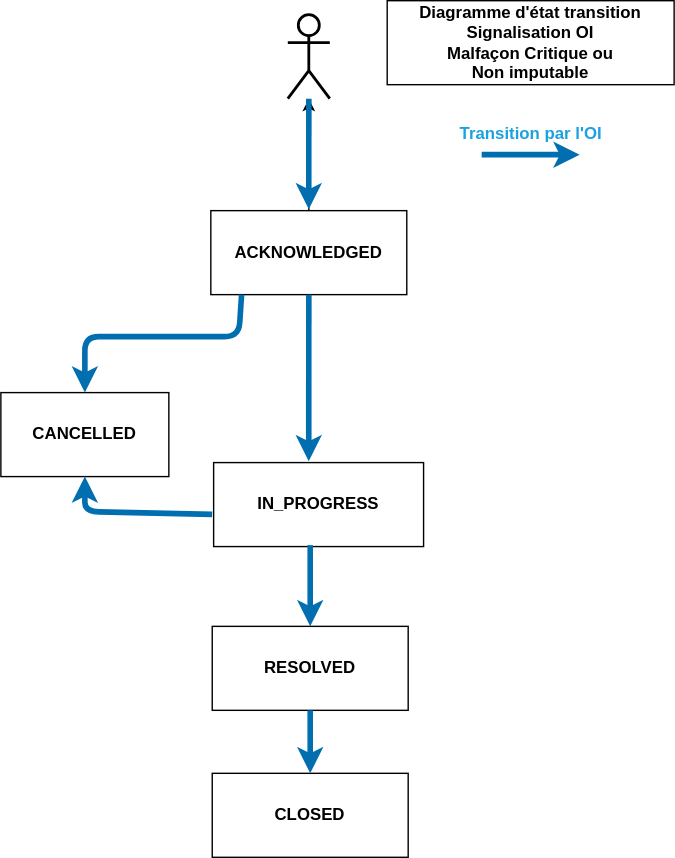
before-interop/malfacon keeps this draw.io diagram as statusOiOcNonImputCrit.drawio.svg. Above is the earlier version. Source tidied: cells renumbered, new cells last; positions are measured from the earlier drawing's top-left corner, leaving out a move shared by most shapes.
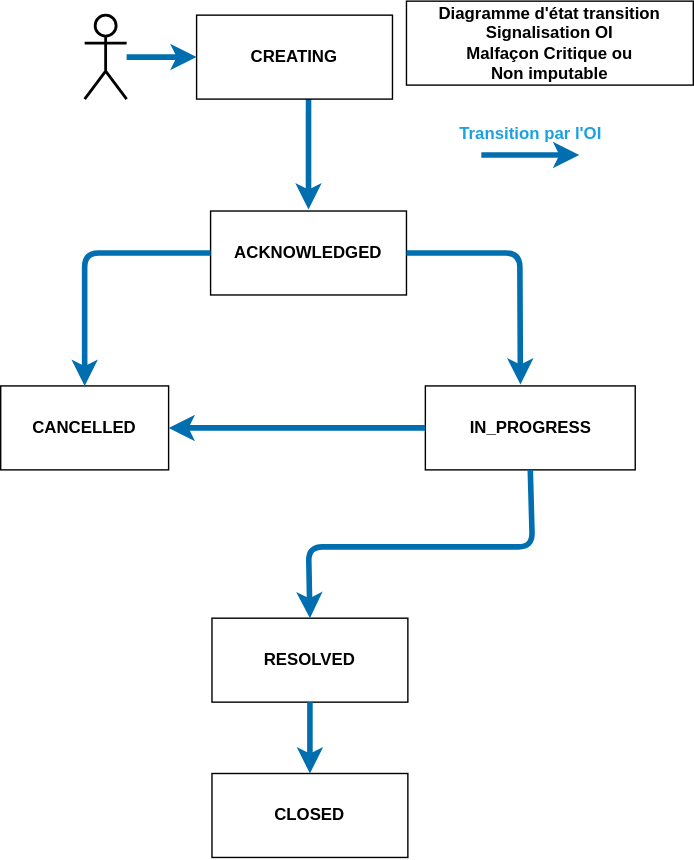
Later version of the same file.

What changed in the source:
```diff
@@ -2,42 +2,33 @@
   <root>
     <mxCell id="0" />
     <mxCell id="1" parent="0" />
-    <mxCell id="2" style="edgeStyle=none;html=1;" parent="1" edge="1" source="3" target="7">
-      <mxGeometry relative="1" as="geometry" />
-    </mxCell>
     <mxCell id="3" value="&lt;b&gt;ACKNOWLEDGED&lt;/b&gt;" style="rounded=0;whiteSpace=wrap;html=1;" parent="1" vertex="1">
       <mxGeometry x="150" y="150" width="140" height="60" as="geometry" />
     </mxCell>
     <mxCell id="4" value="&lt;b&gt;IN_PROGRESS&lt;/b&gt;" style="rounded=0;whiteSpace=wrap;html=1;" parent="1" vertex="1">
-      <mxGeometry x="152" y="330" width="150" height="60" as="geometry" />
+      <mxGeometry x="303.5" y="275" width="150" height="60" as="geometry" />
     </mxCell>
     <mxCell id="5" value="&lt;b&gt;RESOLVED&lt;/b&gt;" style="rounded=0;whiteSpace=wrap;html=1;" parent="1" vertex="1">
-      <mxGeometry x="151" y="447" width="140" height="60" as="geometry" />
+      <mxGeometry x="151" y="441" width="140" height="60" as="geometry" />
     </mxCell>
     <mxCell id="6" value="&lt;b&gt;CLOSED&lt;/b&gt;" style="rounded=0;whiteSpace=wrap;html=1;" parent="1" vertex="1">
       <mxGeometry x="151" y="552" width="140" height="60" as="geometry" />
     </mxCell>
     <mxCell id="7" style="shape=umlActor;verticalLabelPosition=bottom;verticalAlign=top;html=1;outlineConnect=0;fontColor=#1BA1E2;fontStyle=0;strokeWidth=2;" parent="1" vertex="1">
-      <mxGeometry x="205" y="10" width="30" height="60" as="geometry" />
+      <mxGeometry x="60" y="10" width="30" height="60" as="geometry" />
     </mxCell>
     <mxCell id="8" value="&lt;b&gt;CANCELLED&lt;/b&gt;" style="rounded=0;whiteSpace=wrap;html=1;" parent="1" vertex="1">
-      <mxGeometry y="280" width="120" height="60" as="geometry" />
+      <mxGeometry y="275" width="120" height="60" as="geometry" />
     </mxCell>
-    <mxCell id="9" style="edgeStyle=none;html=1;entryX=0.5;entryY=0;entryDx=0;entryDy=0;fillColor=#1ba1e2;strokeColor=#006EAF;strokeWidth=4;exitX=0.157;exitY=1;exitDx=0;exitDy=0;exitPerimeter=0;" parent="1" edge="1" source="3" target="8">
+    <mxCell id="9" style="edgeStyle=none;html=1;entryX=0.5;entryY=0;entryDx=0;entryDy=0;fillColor=#1ba1e2;strokeColor=#006EAF;strokeWidth=4;exitX=0;exitY=0.5;exitDx=0;exitDy=0;" parent="1" edge="1" source="3" target="8">
       <mxGeometry relative="1" as="geometry">
         <Array as="points">
-          <mxPoint x="170" y="240" />
-          <mxPoint x="120" y="240" />
-          <mxPoint x="60" y="240" />
+          <mxPoint x="60" y="180" />
         </Array>
       </mxGeometry>
     </mxCell>
-    <mxCell id="10" style="edgeStyle=none;html=1;fillColor=#1ba1e2;strokeColor=#006EAF;strokeWidth=4;exitX=-0.007;exitY=0.617;exitDx=0;exitDy=0;entryX=0.5;entryY=1;entryDx=0;entryDy=0;exitPerimeter=0;" parent="1" edge="1" source="4" target="8">
-      <mxGeometry relative="1" as="geometry">
-        <Array as="points">
-          <mxPoint x="60" y="365" />
-        </Array>
-      </mxGeometry>
+    <mxCell id="10" style="edgeStyle=none;html=1;fillColor=#1ba1e2;strokeColor=#006EAF;strokeWidth=4;exitX=0;exitY=0.5;exitDx=0;exitDy=0;entryX=1;entryY=0.5;entryDx=0;entryDy=0;" parent="1" edge="1" source="4" target="8">
+      <mxGeometry relative="1" as="geometry" />
     </mxCell>
     <mxCell id="11" style="endArrow=classic;html=1;strokeWidth=4;fillColor=#1ba1e2;strokeColor=#006EAF;entryX=0.607;entryY=-0.017;entryDx=0;entryDy=0;entryPerimeter=0;" parent="1" edge="1">
       <mxGeometry relative="1" as="geometry">
@@ -46,7 +37,7 @@
       </mxGeometry>
     </mxCell>
     <mxCell id="12" value="&lt;b&gt;&lt;font style=&quot;font-size: 12px;&quot;&gt;Diagramme d'état transition Signalisation OI&lt;br&gt;Malfaçon Critique ou &lt;br&gt;Non imputable&lt;br&gt;&lt;/font&gt;&lt;/b&gt;" style="text;html=1;strokeColor=black;fillColor=none;align=center;verticalAlign=middle;whiteSpace=wrap;rounded=0;fontSize=11;" parent="1" vertex="1">
-      <mxGeometry x="276" width="205" height="60" as="geometry" />
+      <mxGeometry x="290" width="205" height="60" as="geometry" />
     </mxCell>
     <mxCell id="13" style="endArrow=classic;html=1;strokeWidth=4;fillColor=#1ba1e2;strokeColor=#006EAF;" parent="1" edge="1">
       <mxGeometry relative="1" as="geometry">
@@ -57,14 +48,29 @@
     <mxCell id="14" value="&lt;b&gt;Transition par l'OI&lt;/b&gt;" style="text;html=1;strokeColor=none;fillColor=none;align=center;verticalAlign=middle;whiteSpace=wrap;rounded=0;fontColor=#1BA1E2;" parent="1" vertex="1">
       <mxGeometry x="323.5" y="80" width="110" height="30" as="geometry" />
     </mxCell>
-    <mxCell id="15" style="endArrow=classic;html=1;strokeWidth=4;fillColor=#1ba1e2;strokeColor=#006EAF;entryX=0.453;entryY=-0.017;entryDx=0;entryDy=0;entryPerimeter=0;exitX=0.5;exitY=1;exitDx=0;exitDy=0;" parent="1" edge="1" source="3" target="4">
-      <mxGeometry relative="1" as="geometry" />
+    <mxCell id="15" style="endArrow=classic;html=1;strokeWidth=4;fillColor=#1ba1e2;strokeColor=#006EAF;entryX=0.453;entryY=-0.017;entryDx=0;entryDy=0;entryPerimeter=0;exitX=1;exitY=0.5;exitDx=0;exitDy=0;" parent="1" edge="1" source="3" target="4">
+      <mxGeometry relative="1" as="geometry">
+        <Array as="points">
+          <mxPoint x="371" y="180" />
+        </Array>
+      </mxGeometry>
     </mxCell>
-    <mxCell id="16" style="endArrow=classic;html=1;strokeWidth=4;fillColor=#1ba1e2;strokeColor=#006EAF;exitX=0.46;exitY=0.983;exitDx=0;exitDy=0;entryX=0.5;entryY=0;entryDx=0;entryDy=0;exitPerimeter=0;" parent="1" edge="1" source="4" target="5">
-      <mxGeometry relative="1" as="geometry" />
+    <mxCell id="16" style="endArrow=classic;html=1;strokeWidth=4;fillColor=#1ba1e2;strokeColor=#006EAF;entryX=0.5;entryY=0;entryDx=0;entryDy=0;exitX=0.5;exitY=1;exitDx=0;exitDy=0;" parent="1" edge="1" source="4" target="5">
+      <mxGeometry relative="1" as="geometry">
+        <Array as="points">
+          <mxPoint x="380" y="390" />
+          <mxPoint x="220" y="390" />
+        </Array>
+      </mxGeometry>
     </mxCell>
     <mxCell id="17" style="endArrow=classic;html=1;strokeWidth=4;fillColor=#1ba1e2;strokeColor=#006EAF;exitX=0.5;exitY=1;exitDx=0;exitDy=0;entryX=0.5;entryY=0;entryDx=0;entryDy=0;" parent="1" edge="1" source="5" target="6">
       <mxGeometry relative="1" as="geometry" />
     </mxCell>
+    <mxCell id="18" value="&lt;b&gt;CREATING&lt;/b&gt;" style="rounded=0;whiteSpace=wrap;html=1;" parent="1" vertex="1">
+      <mxGeometry x="140" y="10" width="140" height="60" as="geometry" />
+    </mxCell>
+    <mxCell id="19" style="endArrow=classic;html=1;strokeWidth=4;fillColor=#1ba1e2;strokeColor=#006EAF;entryX=0;entryY=0.5;entryDx=0;entryDy=0;" parent="1" edge="1" source="7" target="18">
+      <mxGeometry relative="1" as="geometry" />
+    </mxCell>
   </root>
 </mxGraphModel>
```
